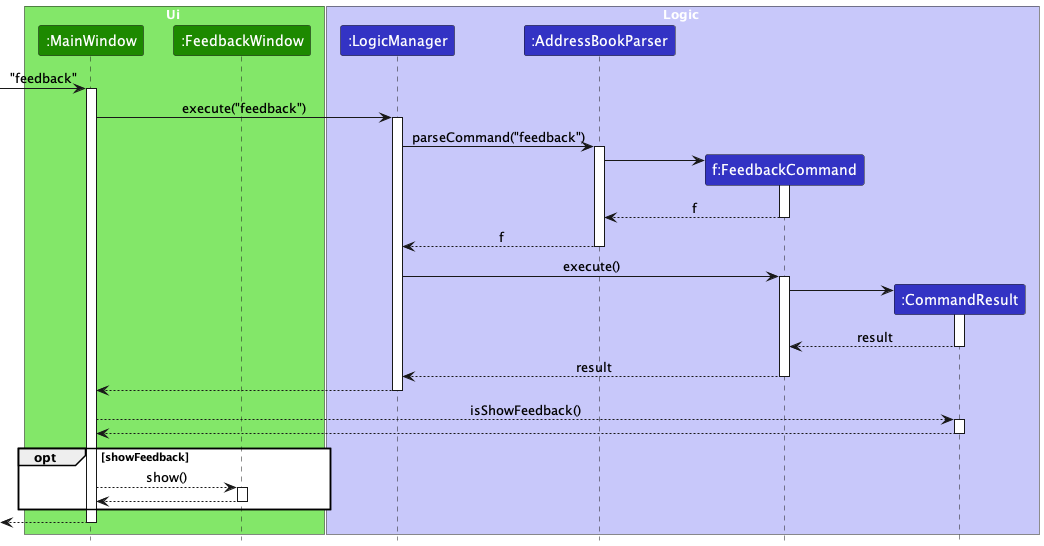
tanteckfang/tp keeps this PlantUML diagram as docs/images/FeedbackSequenceDiagram.png. Above is the earlier version.
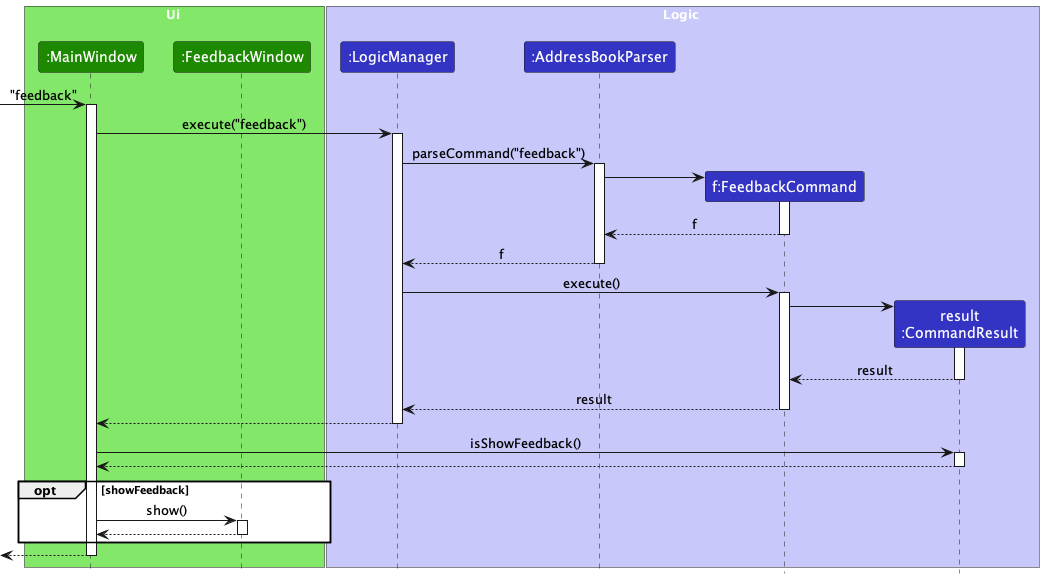
After the commit.

Commit message:
Modify UML diagrams for Feedback and Telehandle

Change to the diagram source:
```diff
@@ -11,7 +11,7 @@
 participant ":LogicManager" as LogicManager LOGIC_COLOR
 participant ":AddressBookParser" as AddressBookParser LOGIC_COLOR
 participant "f:FeedbackCommand" as FeedbackCommand LOGIC_COLOR
-participant ":CommandResult" as CommandResult LOGIC_COLOR
+participant "result\n:CommandResult" as CommandResult LOGIC_COLOR
 end box
 
 [-> MainWindow : "feedback"
@@ -49,14 +49,14 @@
 LogicManager --> MainWindow
 deactivate LogicManager
 
-MainWindow --> CommandResult : isShowFeedback()
+MainWindow -> CommandResult : isShowFeedback()
 activate CommandResult
 
 CommandResult --> MainWindow
 deactivate CommandResult
 
 opt showFeedback
-  MainWindow --> FeedbackWindow : show()
+  MainWindow -> FeedbackWindow : show()
   activate FeedbackWindow
 
   FeedbackWindow --> MainWindow
```
